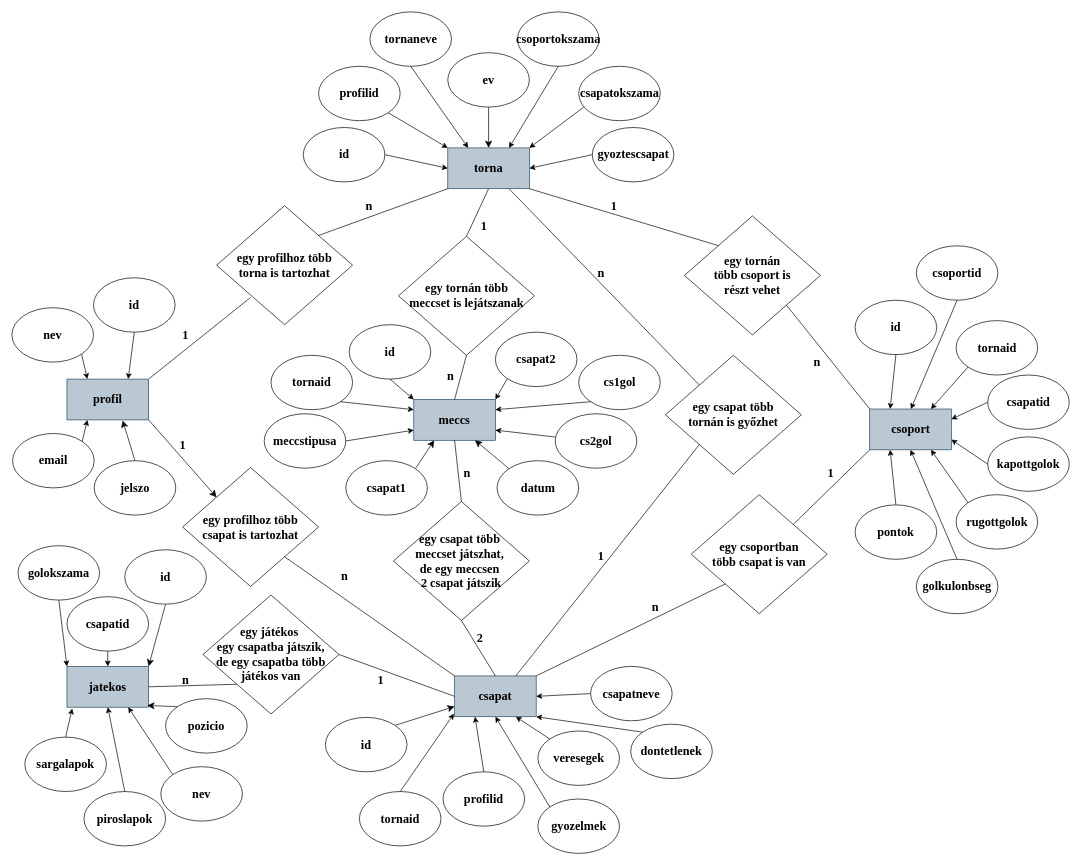
The draw.io diagram dokumentacio/ER_diagram.drawio in ScoreSchool-projekt/Projekt, before the edit. Source tidied: cells renumbered, new cells numbered last; positions are measured from the earlier drawing's top-left corner, leaving out a move shared by most shapes. Both pictures are drawn from the tidied source at 68%, with x=0, y=0 at pixel (12, 12).
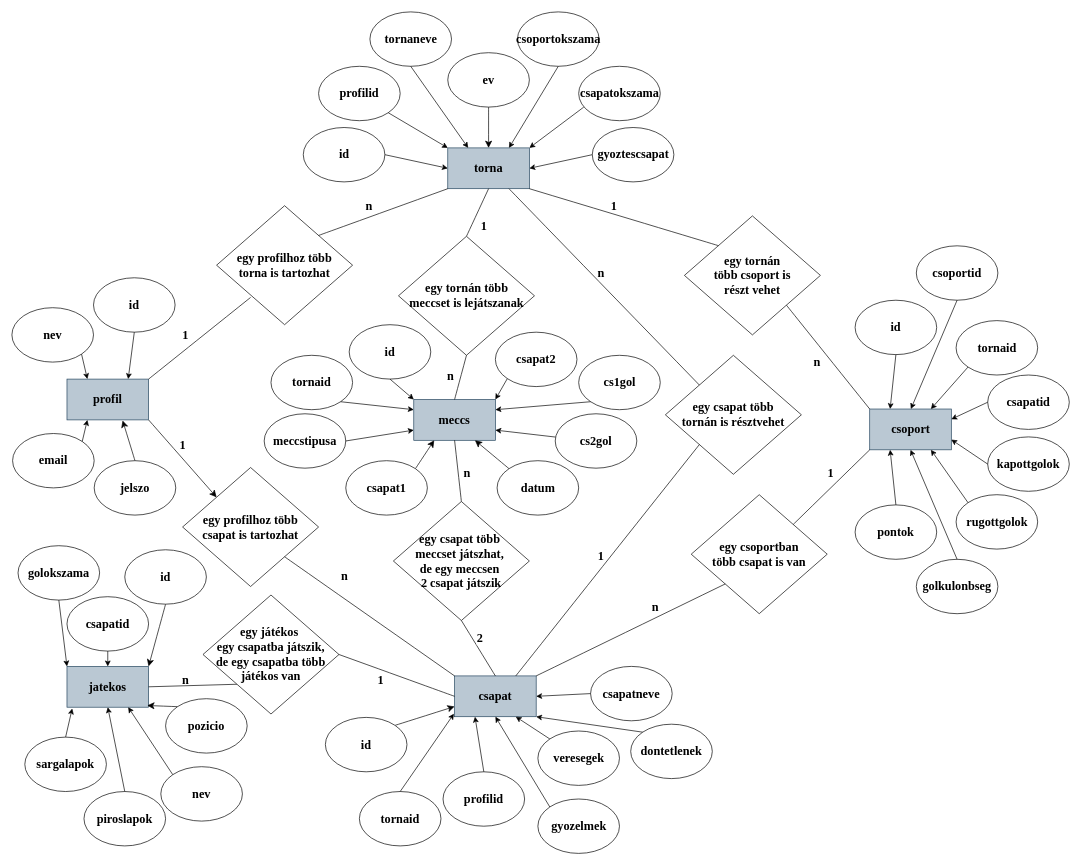
Above is the later version.

Change to the diagram source:
```diff
@@
-    <mxCell id="82" value="egy csapat több&lt;div&gt;tornán is győzhet&lt;/div&gt;" style="rhombus;strokeWidth=1;fontStyle=1;fontSize=18;verticalAlign=middle;whiteSpace=wrap;html=1;horizontal=1;fontFamily=Times New Roman;align=center;" parent="1" vertex="1">
+    <mxCell id="82" value="egy csapat több&lt;div&gt;tornán is résztvehet&lt;/div&gt;" style="rhombus;strokeWidth=1;fontStyle=1;fontSize=18;verticalAlign=middle;whiteSpace=wrap;html=1;horizontal=1;fontFamily=Times New Roman;align=center;" parent="1" vertex="1">
       <mxGeometry x="961" y="505" width="200" height="175" as="geometry" />
     </mxCell>
```
